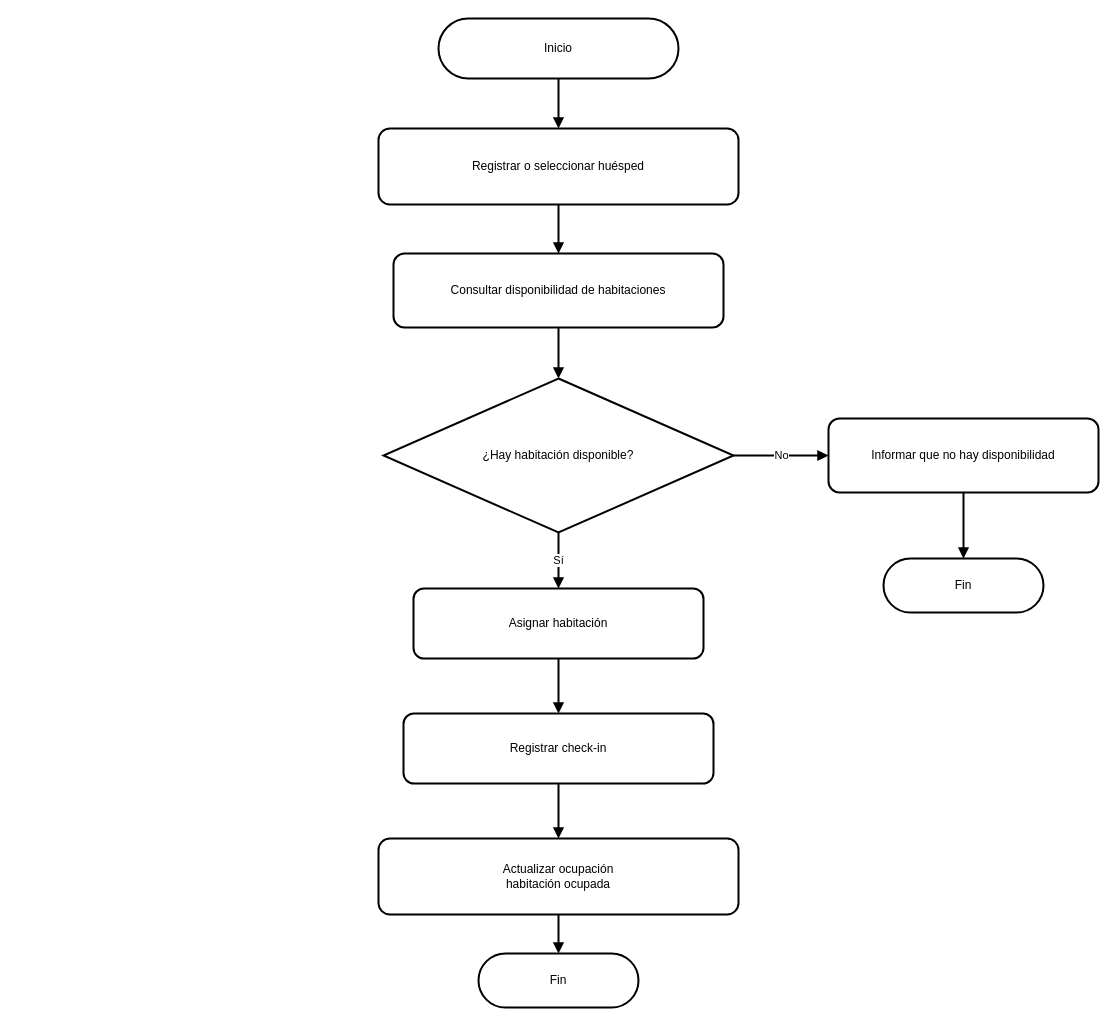
Before: diagramas-editables/02-diagrama-flujo.drawio in Yutre3/diego, a draw.io diagram. Source tidied: cells renumbered, new cells numbered last; positions are measured from the earlier drawing's top-left corner, leaving out a move shared by most shapes. Both pictures are drawn from the tidied source at 100%, with x=0, y=0 at pixel (378, 18).
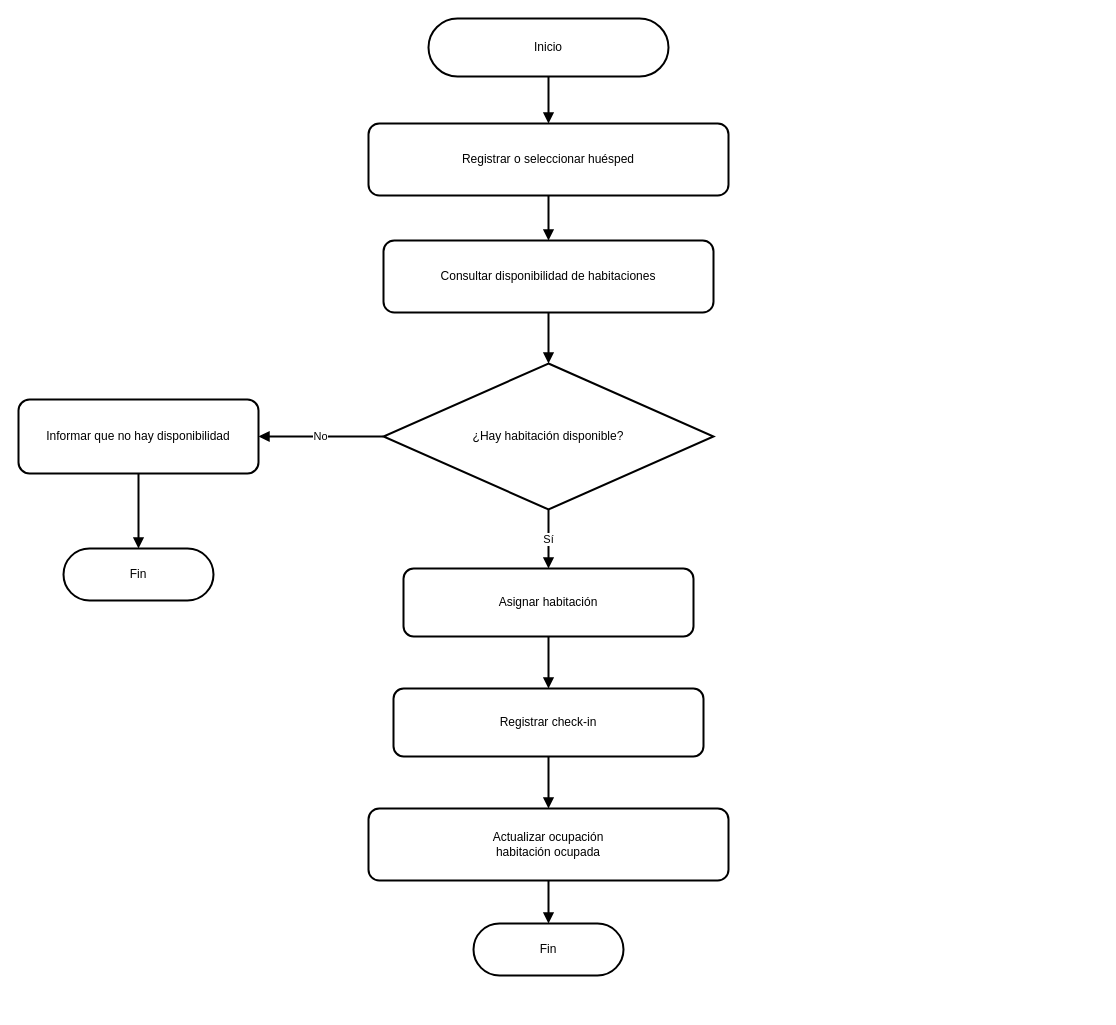
Above is the later version.

Commit message:
Alinear editable del diagrama de flujo

Diff of the diagram source:
```diff
@@
     <mxCell id="2" value="Inicio" style="rounded=1;arcSize=50;whiteSpace=wrap;html=1;strokeWidth=2;" parent="1" vertex="1">
-      <mxGeometry x="60" width="240" height="60" as="geometry" />
+      <mxGeometry x="50" width="240" height="58" as="geometry" />
     </mxCell>
     <mxCell id="3" value="Registrar o seleccionar huésped" style="rounded=1;whiteSpace=wrap;html=1;strokeWidth=2;" parent="1" vertex="1">
-      <mxGeometry y="110" width="360" height="76" as="geometry" />
+      <mxGeometry x="-10" y="105" width="360" height="72" as="geometry" />
     </mxCell>
     <mxCell id="4" value="Consultar disponibilidad de habitaciones" style="rounded=1;whiteSpace=wrap;html=1;strokeWidth=2;" parent="1" vertex="1">
-      <mxGeometry x="15" y="235" width="330" height="74" as="geometry" />
+      <mxGeometry x="5" y="222" width="330" height="72" as="geometry" />
     </mxCell>
     <mxCell id="5" value="¿Hay habitación disponible?" style="rhombus;whiteSpace=wrap;html=1;strokeWidth=2;" parent="1" vertex="1">
-      <mxGeometry x="5" y="360" width="350" height="154" as="geometry" />
+      <mxGeometry x="5" y="345" width="330" height="146" as="geometry" />
     </mxCell>
     <mxCell id="6" value="Informar que no hay disponibilidad" style="rounded=1;whiteSpace=wrap;html=1;strokeWidth=2;" parent="1" vertex="1">
-      <mxGeometry x="450" y="400" width="270" height="74" as="geometry" />
+      <mxGeometry x="-360" y="381" width="240" height="74" as="geometry" />
     </mxCell>
     <mxCell id="7" value="Fin" style="rounded=1;arcSize=50;whiteSpace=wrap;html=1;strokeWidth=2;" parent="1" vertex="1">
-      <mxGeometry x="505" y="540" width="160" height="54" as="geometry" />
+      <mxGeometry x="-315" y="530" width="150" height="52" as="geometry" />
     </mxCell>
     <mxCell id="8" value="Asignar habitación" style="rounded=1;whiteSpace=wrap;html=1;strokeWidth=2;" parent="1" vertex="1">
-      <mxGeometry x="35" y="570" width="290" height="70" as="geometry" />
+      <mxGeometry x="25" y="550" width="290" height="68" as="geometry" />
     </mxCell>
     <mxCell id="9" value="Registrar check-in" style="rounded=1;whiteSpace=wrap;html=1;strokeWidth=2;" parent="1" vertex="1">
-      <mxGeometry x="25" y="695" width="310" height="70" as="geometry" />
+      <mxGeometry x="15" y="670" width="310" height="68" as="geometry" />
     </mxCell>
     <mxCell id="10" value="Actualizar ocupación&#10;habitación ocupada" style="rounded=1;whiteSpace=wrap;html=1;strokeWidth=2;" parent="1" vertex="1">
-      <mxGeometry y="820" width="360" height="76" as="geometry" />
+      <mxGeometry x="-10" y="790" width="360" height="72" as="geometry" />
     </mxCell>
     <mxCell id="11" value="Fin" style="rounded=1;arcSize=50;whiteSpace=wrap;html=1;strokeWidth=2;" parent="1" vertex="1">
-      <mxGeometry x="100" y="935" width="160" height="54" as="geometry" />
+      <mxGeometry x="95" y="905" width="150" height="52" as="geometry" />
     </mxCell>
@@
-    <mxCell id="15" value="No" style="endArrow=block;html=1;strokeWidth=2;" parent="1" edge="1" source="5" target="6">
+    <mxCell id="15" value="No" style="edgeStyle=orthogonalEdgeStyle;endArrow=block;html=1;strokeWidth=2;" parent="1" edge="1" source="5" target="6">
       <mxGeometry relative="1" as="geometry" />
     </mxCell>
```
